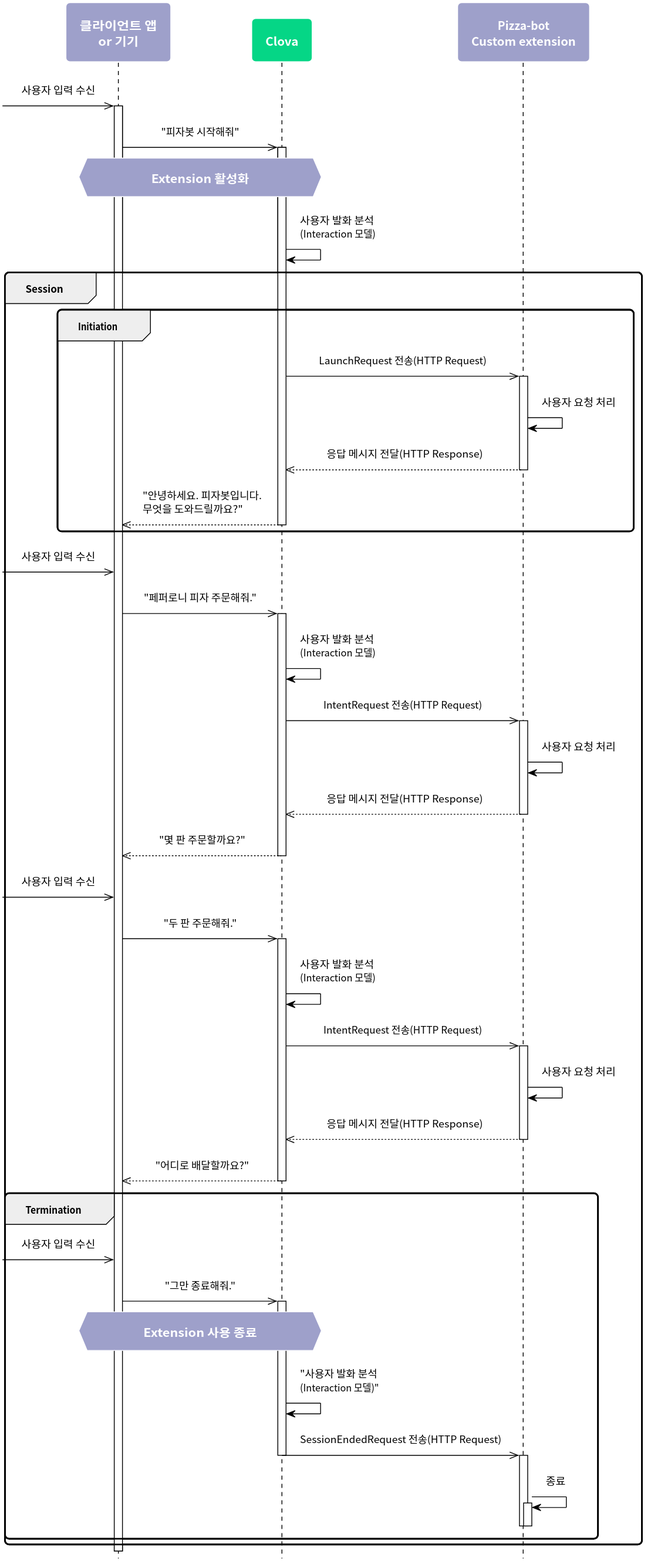
Earlier version of the PlantUML export en-KR/Develop/Assets/Images/CEK_Custom_Extension_Multi-turn_Sequence_Diagram.svg (Dithn/clova-custom-extension-developer-guide).
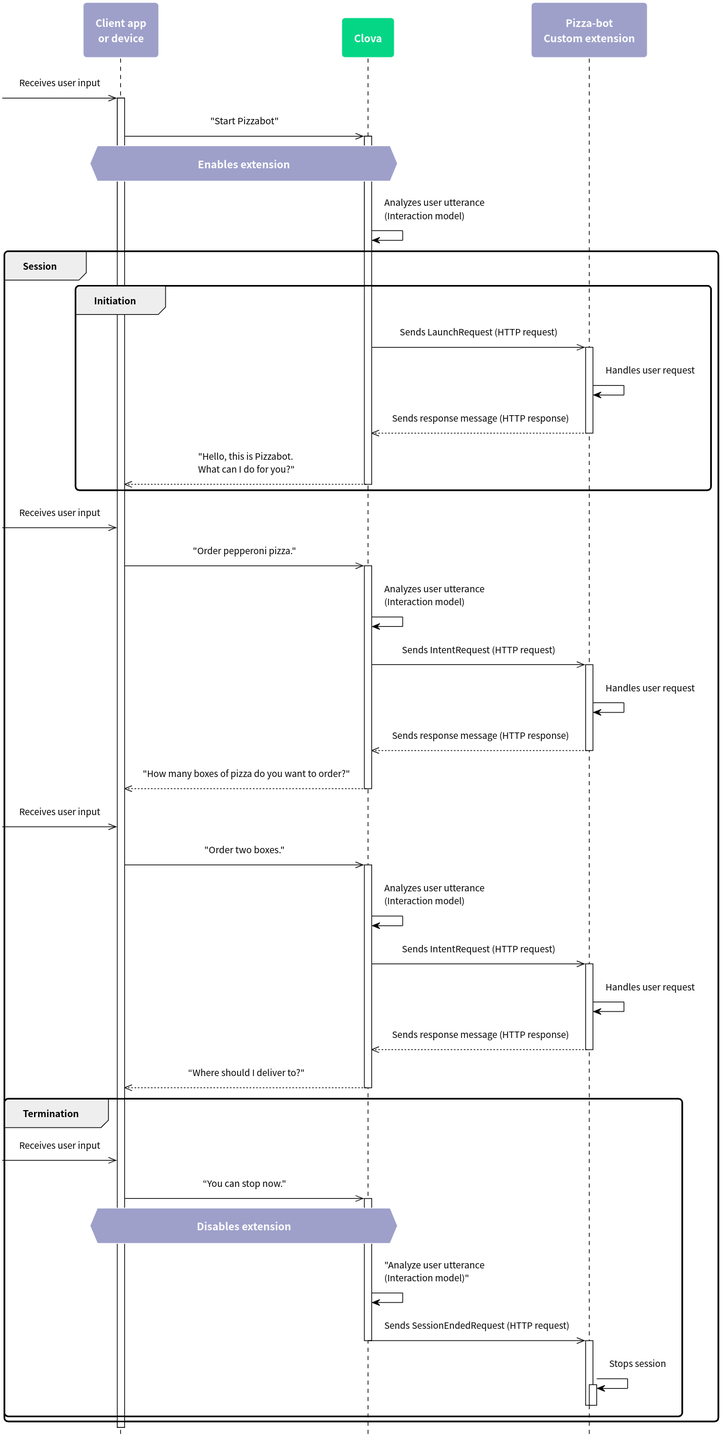
Above is the later version.

Change to the diagram source:
```diff
@@ -5,7 +5,7 @@
 skinparam roundcorner 10
 skinparam padding 10
 skinparam defaultFontSize 12
-skinparam defaultFontName "Noto Sans CJK KR", sans-serif
+skinparam defaultFontName "Noto Sans CJK KR"
 
 skinparam note {
   BackgroundColor #9EA0CA
@@ -49,83 +49,82 @@
   FontStyle bold
 }
 
-participant "클라이언트 앱\nor 기기" as client #9EA0CA
+participant "Client app\nor device" as client #9EA0CA
 participant "Clova" as clova #05D686
 participant "Pizza-bot\nCustom extension" as ext #9EA0CA
 
-[->> client: 사용자 입력 수신
+[->> client: Receives user input
 
 activate client
-  client ->> clova: "피자봇 시작해줘"
-  hnote over client, clova: Extension 활성화
+  client ->> clova: "Start Pizzabot"
+  hnote over client, clova: Enables extension
 
     activate clova
-      clova -> clova: 사용자 발화 분석\l(Interaction 모델)
+      clova -> clova: Analyzes user utterance\l(Interaction model)
 
     group Session
 
       group Initiation
-        clova ->> ext: LaunchRequest 전송(HTTP Request)
+        clova ->> ext: Sends LaunchRequest (HTTP request)
 
         activate ext
-          ext -> ext: 사용자 요청 처리
-          ext -->> clova: 응답 메시지 전달(HTTP Response)
+          ext -> ext: Handles user request
+          ext -->> clova: Sends response message (HTTP response)
         deactivate ext
 
-        clova -->> client: "안녕하세요. 피자봇입니다.\l무엇을 도와드릴까요?"
+        clova -->> client: "Hello, this is Pizzabot.\lWhat can I do for you?"
 
         deactivate clova
 
       end
 
-  [->> client: 사용자 입력 수신
+  [->> client: Receives user input
 
-  client ->> clova: "페퍼로니 피자 주문해줘."
+  client ->> clova: "Order pepperoni pizza."
 
   activate clova
-    clova -> clova: 사용자 발화 분석\l(Interaction 모델)
-    clova ->> ext: IntentRequest 전송(HTTP Request)
+    clova -> clova: Analyzes user utterance\l(Interaction model)
+    clova ->> ext: Sends IntentRequest (HTTP request)
 
     activate ext
-      ext -> ext: 사용자 요청 처리
-      ext -->> clova: 응답 메시지 전달(HTTP Response)
+      ext -> ext: Handles user request
+      ext -->> clova: Sends response message (HTTP response)
     deactivate ext
 
-    clova -->> client: "몇 판 주문할까요?"
+    clova -->> client: "How many boxes of pizza do you want to order?"
 
   deactivate clova
 
-  [->> client: 사용자 입력 수신
+  [->> client: Receives user input
 
-  client ->> clova: "두 판 주문해줘."
+  client ->> clova: "Order two boxes."
 
   activate clova
-    clova -> clova: 사용자 발화 분석\l(Interaction 모델)
-    clova ->> ext: IntentRequest 전송(HTTP Request)
+    clova -> clova: Analyzes user utterance\l(Interaction model)
+    clova ->> ext: Sends IntentRequest (HTTP request)
 
     activate ext
-      ext -> ext: 사용자 요청 처리
-      ext -->> clova: 응답 메시지 전달(HTTP Response)
+      ext -> ext: Handles user request
+      ext -->> clova: Sends response message (HTTP response)
     deactivate ext
 
-    clova -->> client: "어디로 배달할까요?"
+    clova -->> client: “Where should I deliver to?"
 
   deactivate clova
 
   group Termination
 
-    [->> client: 사용자 입력 수신
+    [->> client: Receives user input
 
-    client ->> clova: "그만 종료해줘."
-    hnote over client, clova: Extension 사용 종료
+    client ->> clova: “You can stop now."
+    hnote over client, clova: Disables extension
 
     activate clova
-      clova -> clova: "사용자 발화 분석\n(Interaction 모델)"
-      clova ->> ext: SessionEndedRequest 전송(HTTP Request)
+      clova -> clova: "Analyze user utterance\n(Interaction model)"
+      clova ->> ext: Sends SessionEndedRequest (HTTP request)
     deactivate clova
-
 	activate ext
-		ext -> ext: 종료
+			ext -> ext: Stops session
 	activate ext
 	deactivate ext
 	deactivate ext
```
